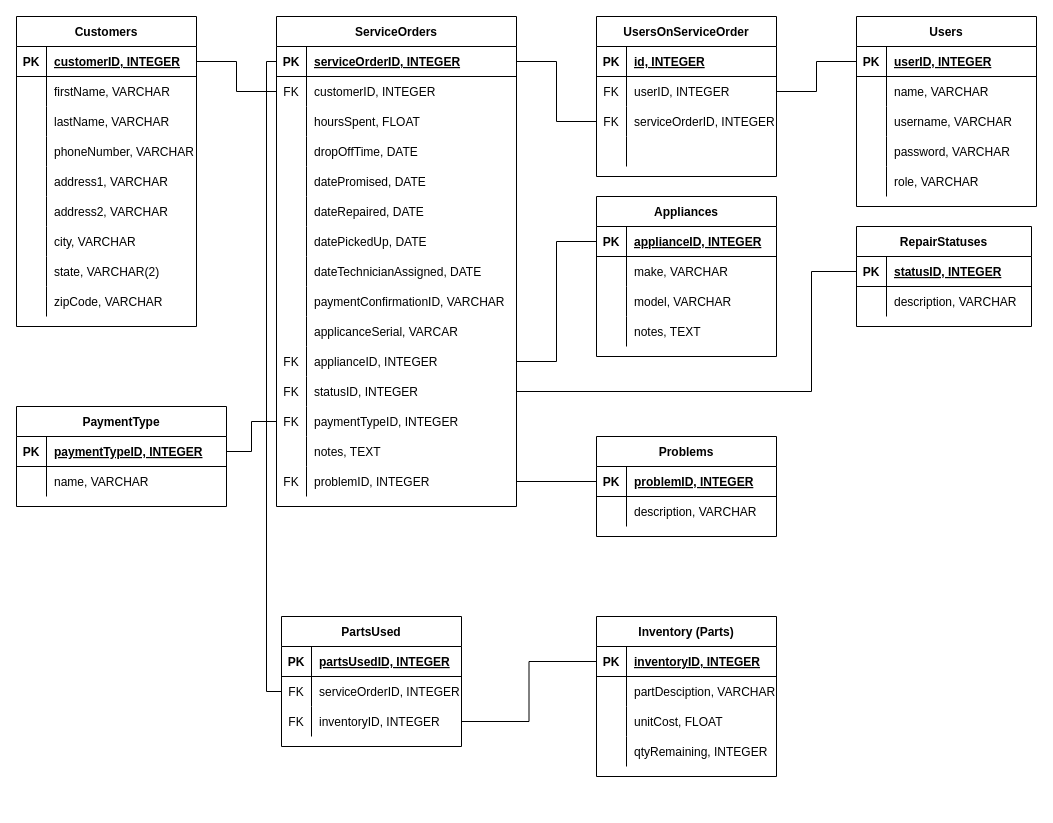
Before: cohort-2/module-8/week2/erd/ERD.drawio in hackupstate/careers-in-code-classroom-codebase, a draw.io diagram. Source tidied: cells renumbered, new cells numbered last; positions are measured from the earlier drawing's top-left corner, leaving out a move shared by most shapes. Both pictures are drawn from the tidied source at 100%, with x=0, y=0 at pixel (16, 16).
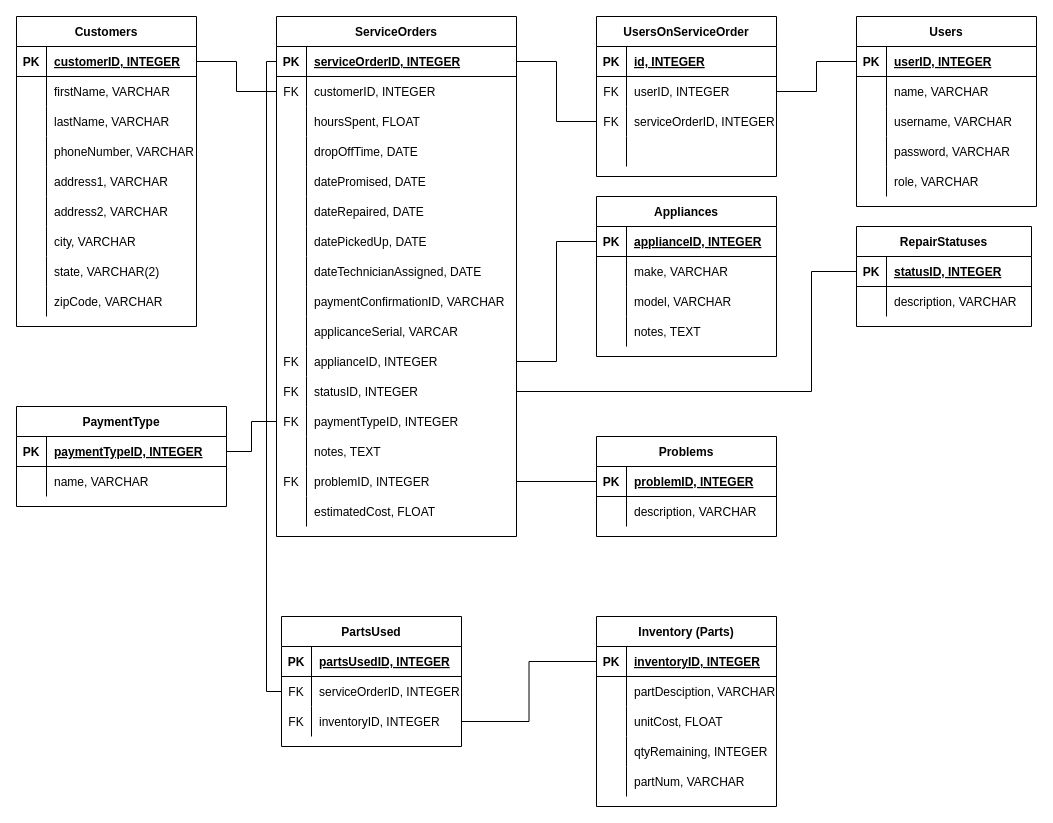
The same page after the edit.

What changed in the source:
```diff
@@
     <mxCell id="2" value="ServiceOrders" style="shape=table;startSize=30;childLayout=tableLayout;rowLines=0;fontStyle=1;align=center;" parent="1" vertex="1">
-      <mxGeometry x="260" width="240" height="490" as="geometry" />
+      <mxGeometry x="260" width="240" height="520" as="geometry" />
     </mxCell>
@@
+    <mxCell id="171" style="shape=partialRectangle;fillColor=none;top=0;left=0;bottom=0;right=0;" parent="2" vertex="1">
+      <mxGeometry y="480" width="240" height="30" as="geometry" />
+    </mxCell>
+    <mxCell id="172" style="shape=partialRectangle;fillColor=none;top=0;left=0;bottom=0;right=0;overflow=hidden;" parent="171" vertex="1">
+      <mxGeometry width="30" height="30" as="geometry" />
+    </mxCell>
+    <mxCell id="173" value="estimatedCost, FLOAT" style="shape=partialRectangle;fillColor=none;top=0;left=0;bottom=0;right=0;align=left;spacingLeft=6;overflow=hidden;" parent="171" vertex="1">
+      <mxGeometry x="30" width="210" height="30" as="geometry" />
+    </mxCell>
@@
     <mxCell id="155" value="Inventory (Parts)" style="shape=table;startSize=30;childLayout=tableLayout;rowLines=0;fontStyle=1;align=center;" parent="1" vertex="1">
-      <mxGeometry x="580" y="600" width="180" height="160" as="geometry" />
+      <mxGeometry x="580" y="600" width="180" height="190" as="geometry" />
     </mxCell>
@@
+    <mxCell id="174" style="shape=partialRectangle;fillColor=none;top=0;left=0;bottom=0;right=0;" parent="155" vertex="1">
+      <mxGeometry y="150" width="180" height="30" as="geometry" />
+    </mxCell>
+    <mxCell id="175" style="shape=partialRectangle;fillColor=none;top=0;left=0;bottom=0;right=0;overflow=hidden;" parent="174" vertex="1">
+      <mxGeometry width="30" height="30" as="geometry" />
+    </mxCell>
+    <mxCell id="176" value="partNum, VARCHAR" style="shape=partialRectangle;fillColor=none;top=0;left=0;bottom=0;right=0;align=left;spacingLeft=6;overflow=hidden;" parent="174" vertex="1">
+      <mxGeometry x="30" width="150" height="30" as="geometry" />
+    </mxCell>
```
